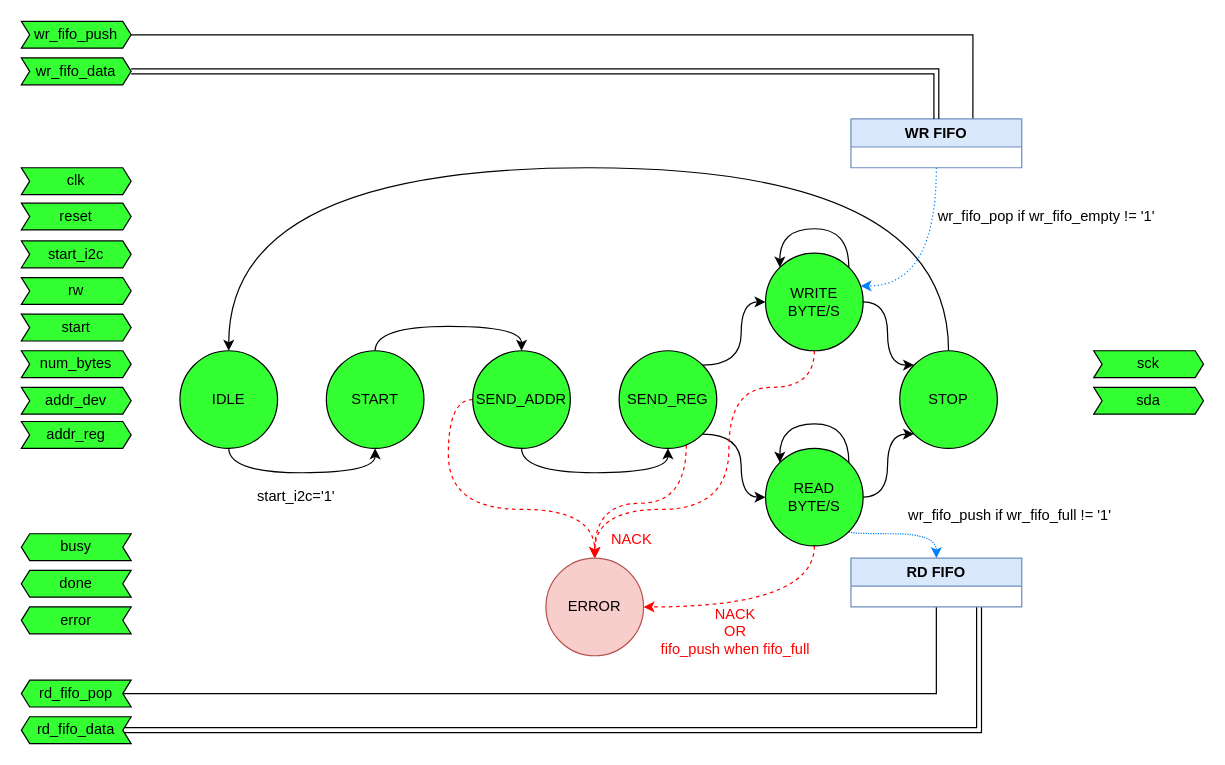
Above: page "I2C_CONTROLLER" (5 of 5) of projects/vicon_cmgj/diagram/vicon.drawio in carlosmgj/VICON (draw.io), before the change. Source tidied: cells renumbered, new cells numbered last; positions are measured from the earlier drawing's top-left corner, leaving out a move shared by most shapes. Both pictures are drawn from the tidied source at 122%, with x=0, y=0 at pixel (21, 21).
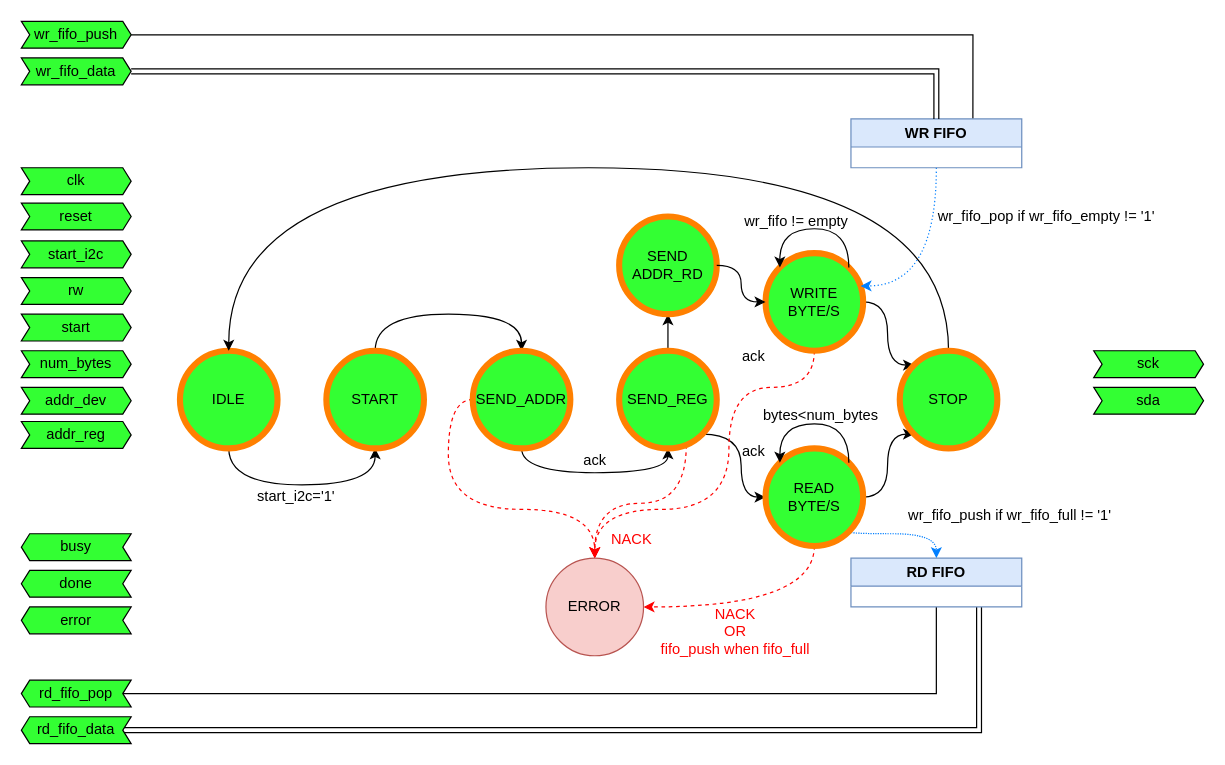
Above is the later version.

Commit message:
Actualizado draw io con la version de main, que es más reciente!

What changed in the source:
```diff
@@
     <mxCell id="2" style="edgeStyle=orthogonalEdgeStyle;rounded=0;jettySize=auto;html=1;exitX=0.5;exitY=1;exitDx=0;exitDy=0;entryX=0.5;entryY=1;entryDx=0;entryDy=0;curved=1;" parent="1" edge="1" source="3" target="5">
-      <mxGeometry relative="1" as="geometry" />
+      <mxGeometry relative="1" as="geometry">
+        <Array as="points">
+          <mxPoint x="170" y="380" />
+          <mxPoint x="290" y="380" />
+        </Array>
+      </mxGeometry>
     </mxCell>
-    <mxCell id="3" value="IDLE" style="ellipse;whiteSpace=wrap;html=1;fillColor=#33FF33;" parent="1" vertex="1">
+    <mxCell id="3" value="IDLE" style="ellipse;whiteSpace=wrap;html=1;fillColor=#33FF33;strokeColor=#FF8000;strokeWidth=5;" parent="1" vertex="1">
       <mxGeometry x="130" y="270" width="80" height="80" as="geometry" />
     </mxCell>
     <mxCell id="4" style="edgeStyle=orthogonalEdgeStyle;rounded=0;jettySize=auto;html=1;exitX=0.5;exitY=0;exitDx=0;exitDy=0;entryX=0.5;entryY=0;entryDx=0;entryDy=0;curved=1;" parent="1" edge="1" source="5" target="8">
-      <mxGeometry relative="1" as="geometry" />
+      <mxGeometry relative="1" as="geometry">
+        <Array as="points">
+          <mxPoint x="290" y="240" />
+          <mxPoint x="410" y="240" />
+        </Array>
+      </mxGeometry>
     </mxCell>
-    <mxCell id="5" value="START" style="ellipse;whiteSpace=wrap;html=1;fillColor=#33FF33;" parent="1" vertex="1">
+    <mxCell id="5" value="START" style="ellipse;whiteSpace=wrap;html=1;fillColor=#33FF33;strokeColor=#FF8000;strokeWidth=5;" parent="1" vertex="1">
       <mxGeometry x="250" y="270" width="80" height="80" as="geometry" />
     </mxCell>
@@
-    <mxCell id="8" value="SEND_ADDR" style="ellipse;whiteSpace=wrap;html=1;fillColor=#33FF33;" parent="1" vertex="1">
+    <mxCell id="8" value="SEND_ADDR" style="ellipse;whiteSpace=wrap;html=1;fillColor=#33FF33;strokeColor=#FF8000;strokeWidth=5;" parent="1" vertex="1">
       <mxGeometry x="370" y="270" width="80" height="80" as="geometry" />
     </mxCell>
-    <mxCell id="9" style="edgeStyle=orthogonalEdgeStyle;rounded=0;jettySize=auto;html=1;exitX=1;exitY=0;exitDx=0;exitDy=0;entryX=0;entryY=0.5;entryDx=0;entryDy=0;curved=1;" parent="1" edge="1" source="12" target="19">
-      <mxGeometry relative="1" as="geometry" />
-    </mxCell>
@@
+    <mxCell id="54" style="edgeStyle=orthogonalEdgeStyle;rounded=0;jettySize=auto;html=1;entryX=0.5;entryY=1;entryDx=0;entryDy=0;" parent="1" edge="1" source="12" target="60">
+      <mxGeometry relative="1" as="geometry" />
+    </mxCell>
-    <mxCell id="12" value="SEND_REG" style="ellipse;whiteSpace=wrap;html=1;fillColor=#33FF33;" parent="1" vertex="1">
+    <mxCell id="12" value="SEND_REG" style="ellipse;whiteSpace=wrap;html=1;fillColor=#33FF33;strokeColor=#FF8000;strokeWidth=5;" parent="1" vertex="1">
       <mxGeometry x="490" y="270" width="80" height="80" as="geometry" />
     </mxCell>
@@
-    <mxCell id="16" value="READ BYTE/S" style="ellipse;whiteSpace=wrap;html=1;fillColor=#33FF33;" parent="1" vertex="1">
+    <mxCell id="16" value="READ BYTE/S" style="ellipse;whiteSpace=wrap;html=1;fillColor=#33FF33;strokeColor=#FF8000;strokeWidth=5;" parent="1" vertex="1">
       <mxGeometry x="610" y="350" width="80" height="80" as="geometry" />
     </mxCell>
@@
-    <mxCell id="19" value="WRITE&lt;br&gt;BYTE/S" style="ellipse;whiteSpace=wrap;html=1;fillColor=#33FF33;" parent="1" vertex="1">
+    <mxCell id="19" value="WRITE&lt;br&gt;BYTE/S" style="ellipse;whiteSpace=wrap;html=1;fillColor=#33FF33;strokeColor=#FF8000;strokeWidth=5;" parent="1" vertex="1">
       <mxGeometry x="610" y="190" width="80" height="80" as="geometry" />
     </mxCell>
@@
-    <mxCell id="21" value="STOP" style="ellipse;whiteSpace=wrap;html=1;fillColor=#33FF33;" parent="1" vertex="1">
+    <mxCell id="21" value="STOP" style="ellipse;whiteSpace=wrap;html=1;fillColor=#33FF33;strokeColor=#FF8000;strokeWidth=5;" parent="1" vertex="1">
       <mxGeometry x="720" y="270" width="80" height="80" as="geometry" />
     </mxCell>
@@
+    <mxCell id="55" value="bytes&amp;lt;num_bytes" style="text;html=1;align=center;verticalAlign=middle;strokeColor=none;fillColor=none;" parent="1" vertex="1">
+      <mxGeometry x="595" y="308" width="120" height="30" as="geometry" />
+    </mxCell>
+    <mxCell id="56" value="wr_fifo != empty" style="text;html=1;align=center;verticalAlign=middle;strokeColor=none;fillColor=none;" parent="1" vertex="1">
+      <mxGeometry x="580" y="149" width="110" height="30" as="geometry" />
+    </mxCell>
+    <mxCell id="57" value="ack" style="text;html=1;align=center;verticalAlign=middle;strokeColor=none;fillColor=none;" parent="1" vertex="1">
+      <mxGeometry x="450" y="345" width="40" height="30" as="geometry" />
+    </mxCell>
+    <mxCell id="58" value="ack" style="text;html=1;align=center;verticalAlign=middle;strokeColor=none;fillColor=none;" parent="1" vertex="1">
+      <mxGeometry x="580" y="338" width="40" height="30" as="geometry" />
+    </mxCell>
+    <mxCell id="59" value="ack" style="text;html=1;align=center;verticalAlign=middle;strokeColor=none;fillColor=none;" parent="1" vertex="1">
+      <mxGeometry x="580" y="260" width="40" height="30" as="geometry" />
+    </mxCell>
+    <mxCell id="60" value="SEND&lt;br&gt;ADDR_RD" style="ellipse;whiteSpace=wrap;html=1;fillColor=#33FF33;strokeColor=#FF8000;strokeWidth=5;" parent="1" vertex="1">
+      <mxGeometry x="490" y="160" width="80" height="80" as="geometry" />
+    </mxCell>
+    <mxCell id="61" style="edgeStyle=orthogonalEdgeStyle;rounded=0;jettySize=auto;html=1;exitX=1;exitY=0.5;exitDx=0;exitDy=0;entryX=0;entryY=0.5;entryDx=0;entryDy=0;curved=1;" parent="1" edge="1" source="60" target="19">
+      <mxGeometry relative="1" as="geometry" />
+    </mxCell>
```
